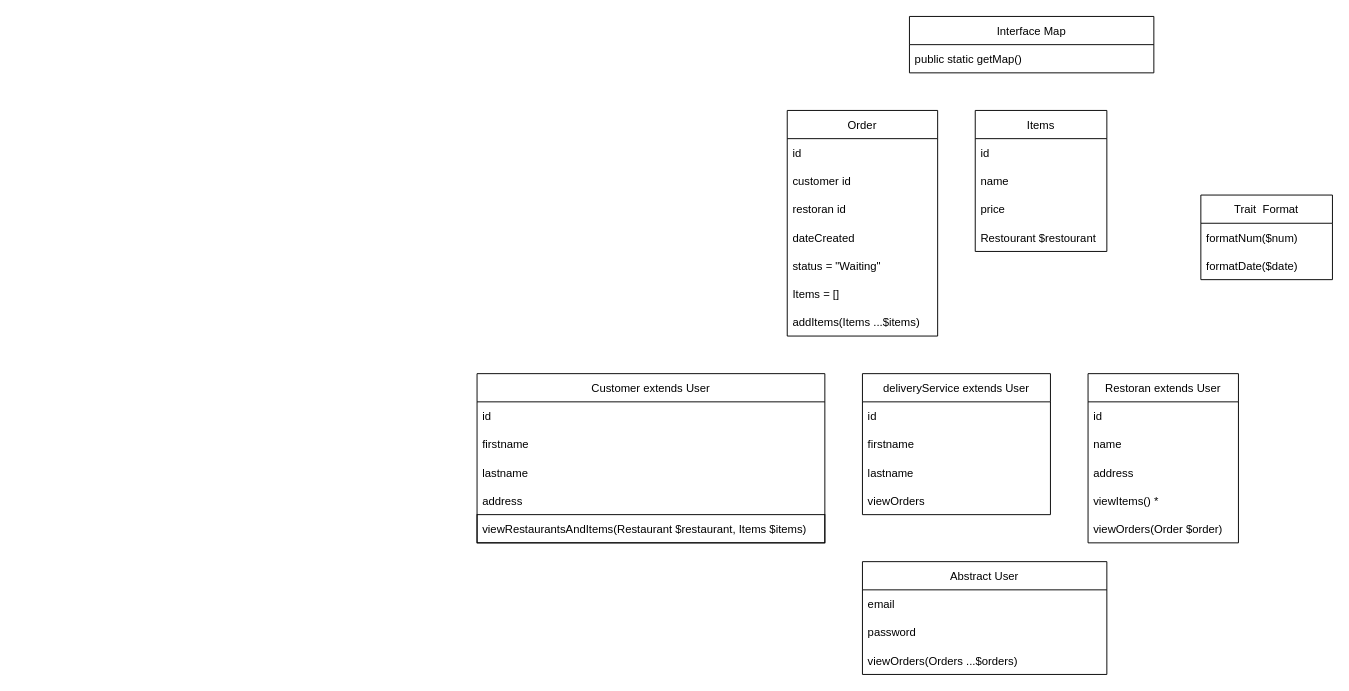
Above: Zadatak-2.drawio in mirkomimic/Zadatak-3-DB (draw.io), before the change. Source tidied: cells renumbered, new cells numbered last; positions are measured from the earlier drawing's top-left corner, leaving out a move shared by most shapes. Both pictures are drawn from the tidied source at 94%, with x=0, y=0 at pixel (477, 16).
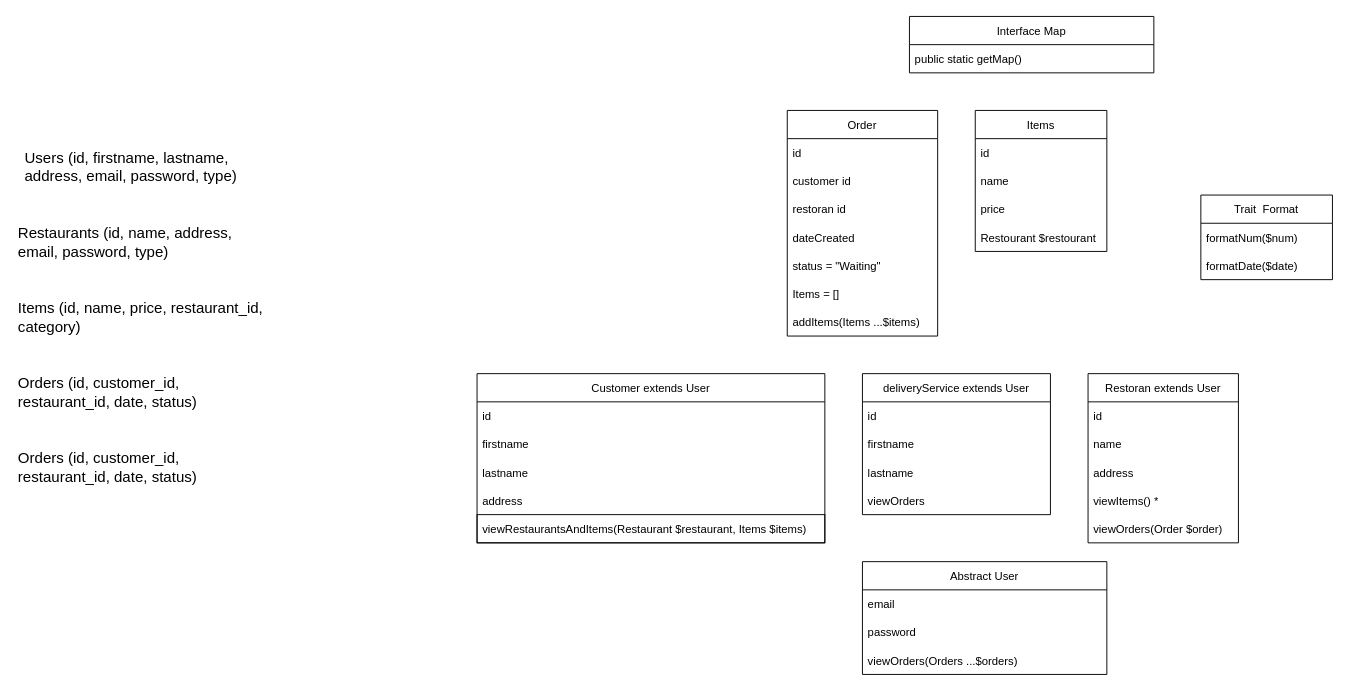
After the change.

Diff of the diagram source:
```diff
@@
+    <mxCell id="41" value="&lt;font size=&quot;3&quot;&gt;Users (id, firstname, lastname, address, email, password, type)&lt;/font&gt;" style="text;html=1;strokeColor=none;fillColor=none;align=left;verticalAlign=middle;whiteSpace=wrap;rounded=0;" parent="1" vertex="1">
+      <mxGeometry x="-483" y="120" width="270" height="80" as="geometry" />
+    </mxCell>
+    <mxCell id="42" value="&lt;font size=&quot;3&quot;&gt;Restaurants (id, name, address, email, password, type)&lt;/font&gt;" style="text;html=1;strokeColor=none;fillColor=none;align=left;verticalAlign=middle;whiteSpace=wrap;rounded=0;" parent="1" vertex="1">
+      <mxGeometry x="-490" y="200" width="270" height="80" as="geometry" />
+    </mxCell>
+    <mxCell id="43" value="&lt;font size=&quot;3&quot;&gt;Items (id, name, price, restaurant_id, category)&lt;/font&gt;" style="text;html=1;strokeColor=none;fillColor=none;align=left;verticalAlign=middle;whiteSpace=wrap;rounded=0;" parent="1" vertex="1">
+      <mxGeometry x="-490" y="280" width="270" height="80" as="geometry" />
+    </mxCell>
+    <mxCell id="44" value="&lt;font size=&quot;3&quot;&gt;Orders (id, customer_id, restaurant_id, date, status)&lt;/font&gt;" style="text;html=1;strokeColor=none;fillColor=none;align=left;verticalAlign=middle;whiteSpace=wrap;rounded=0;" parent="1" vertex="1">
+      <mxGeometry x="-490" y="360" width="270" height="80" as="geometry" />
+    </mxCell>
+    <mxCell id="45" value="&lt;font size=&quot;3&quot;&gt;Orders (id, customer_id, restaurant_id, date, status)&lt;/font&gt;" style="text;html=1;strokeColor=none;fillColor=none;align=left;verticalAlign=middle;whiteSpace=wrap;rounded=0;" parent="1" vertex="1">
+      <mxGeometry x="-490" y="440" width="270" height="80" as="geometry" />
+    </mxCell>
```
